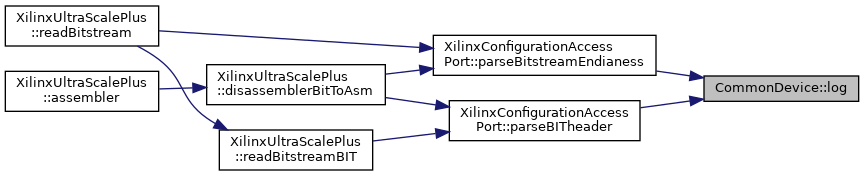
Earlier version of the Graphviz export classCommonDevice_aa42337dfb4b5ff34a063c2145ab87478_icgraph.png (FPGA-Research-Manchester/byteman). Its source is kept beside it as classCommonDevice_aa42337dfb4b5ff34a063c2145ab87478_icgraph.dot.
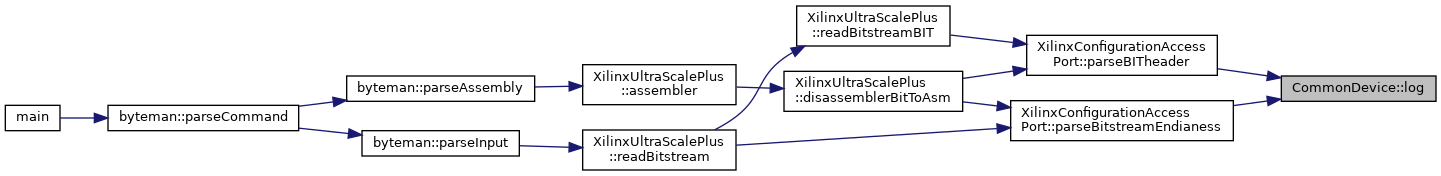
Later version of the same file.

The edit, as a diff of the source:
```diff
@@ -10,12 +10,21 @@
   Node3 [label="XilinxUltraScalePlus\l::disassemblerBitToAsm",height=0.2,width=0.4,color="black", fillcolor="white", style="filled",URL="$classXilinxUltraScalePlus.html#a54f9af4b6723a99c0b9e8e9c9b424d00",tooltip=" "];
   Node3 -> Node4 [dir="back",color="midnightblue",fontsize="10",style="solid",fontname="Helvetica"];
   Node4 [label="XilinxUltraScalePlus\l::assembler",height=0.2,width=0.4,color="black", fillcolor="white", style="filled",URL="$classXilinxUltraScalePlus.html#a53e5f6ec962f1f2a961f90b8b9e90e10",tooltip=" "];
-  Node2 -> Node5 [dir="back",color="midnightblue",fontsize="10",style="solid",fontname="Helvetica"];
-  Node5 [label="XilinxUltraScalePlus\l::readBitstreamBIT",height=0.2,width=0.4,color="black", fillcolor="white", style="filled",URL="$classXilinxUltraScalePlus.html#a62dea738808396d7d520f26d8e5594d2",tooltip=" "];
+  Node4 -> Node5 [dir="back",color="midnightblue",fontsize="10",style="solid",fontname="Helvetica"];
+  Node5 [label="byteman::parseAssembly",height=0.2,width=0.4,color="black", fillcolor="white", style="filled",URL="$classbyteman.html#a5e7f2e31d95626075a6ce22b54ecbbf8",tooltip=" "];
   Node5 -> Node6 [dir="back",color="midnightblue",fontsize="10",style="solid",fontname="Helvetica"];
-  Node6 [label="XilinxUltraScalePlus\l::readBitstream",height=0.2,width=0.4,color="black", fillcolor="white", style="filled",URL="$classXilinxUltraScalePlus.html#a0e5d08a2e5c37a29a1a04d50b48739d2",tooltip=" "];
-  Node1 -> Node7 [dir="back",color="midnightblue",fontsize="10",style="solid",fontname="Helvetica"];
-  Node7 [label="XilinxConfigurationAccess\lPort::parseBitstreamEndianess",height=0.2,width=0.4,color="black", fillcolor="white", style="filled",URL="$classXilinxConfigurationAccessPort.html#aa9ff2ea1e4257936ddeda62415f863c8",tooltip=" "];
-  Node7 -> Node3 [dir="back",color="midnightblue",fontsize="10",style="solid",fontname="Helvetica"];
-  Node7 -> Node6 [dir="back",color="midnightblue",fontsize="10",style="solid",fontname="Helvetica"];
+  Node6 [label="byteman::parseCommand",height=0.2,width=0.4,color="black", fillcolor="white", style="filled",URL="$classbyteman.html#a97ad2d6b20a10ddb0dd8d373159eea4e",tooltip=" "];
+  Node6 -> Node7 [dir="back",color="midnightblue",fontsize="10",style="solid",fontname="Helvetica"];
+  Node7 [label="main",height=0.2,width=0.4,color="black", fillcolor="white", style="filled",URL="$byteman_8cpp.html#a0ddf1224851353fc92bfbff6f499fa97",tooltip=" "];
+  Node2 -> Node8 [dir="back",color="midnightblue",fontsize="10",style="solid",fontname="Helvetica"];
+  Node8 [label="XilinxUltraScalePlus\l::readBitstreamBIT",height=0.2,width=0.4,color="black", fillcolor="white", style="filled",URL="$classXilinxUltraScalePlus.html#a62dea738808396d7d520f26d8e5594d2",tooltip=" "];
+  Node8 -> Node9 [dir="back",color="midnightblue",fontsize="10",style="solid",fontname="Helvetica"];
+  Node9 [label="XilinxUltraScalePlus\l::readBitstream",height=0.2,width=0.4,color="black", fillcolor="white", style="filled",URL="$classXilinxUltraScalePlus.html#a0e5d08a2e5c37a29a1a04d50b48739d2",tooltip=" "];
+  Node9 -> Node10 [dir="back",color="midnightblue",fontsize="10",style="solid",fontname="Helvetica"];
+  Node10 [label="byteman::parseInput",height=0.2,width=0.4,color="black", fillcolor="white", style="filled",URL="$classbyteman.html#ac217ac1dbc512bf44a70b147c0ceff04",tooltip=" "];
+  Node10 -> Node6 [dir="back",color="midnightblue",fontsize="10",style="solid",fontname="Helvetica"];
+  Node1 -> Node11 [dir="back",color="midnightblue",fontsize="10",style="solid",fontname="Helvetica"];
+  Node11 [label="XilinxConfigurationAccess\lPort::parseBitstreamEndianess",height=0.2,width=0.4,color="black", fillcolor="white", style="filled",URL="$classXilinxConfigurationAccessPort.html#aa9ff2ea1e4257936ddeda62415f863c8",tooltip=" "];
+  Node11 -> Node3 [dir="back",color="midnightblue",fontsize="10",style="solid",fontname="Helvetica"];
+  Node11 -> Node9 [dir="back",color="midnightblue",fontsize="10",style="solid",fontname="Helvetica"];
 }
```
